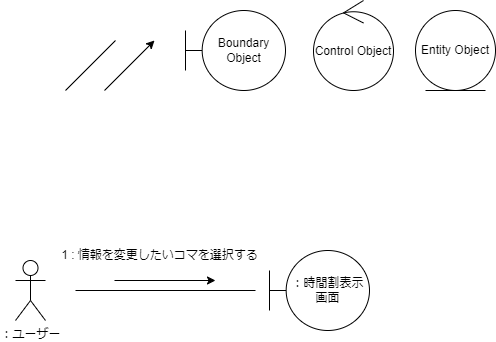
masaki1234567/psp4 keeps this draw.io diagram as 構造図/コミュニケーション図/コミュニケーション図＿時間割.drawio.png. Above is the earlier version. Source tidied: cells renumbered, new cells last; positions are measured from the earlier drawing's top-left corner, leaving out a move shared by most shapes.
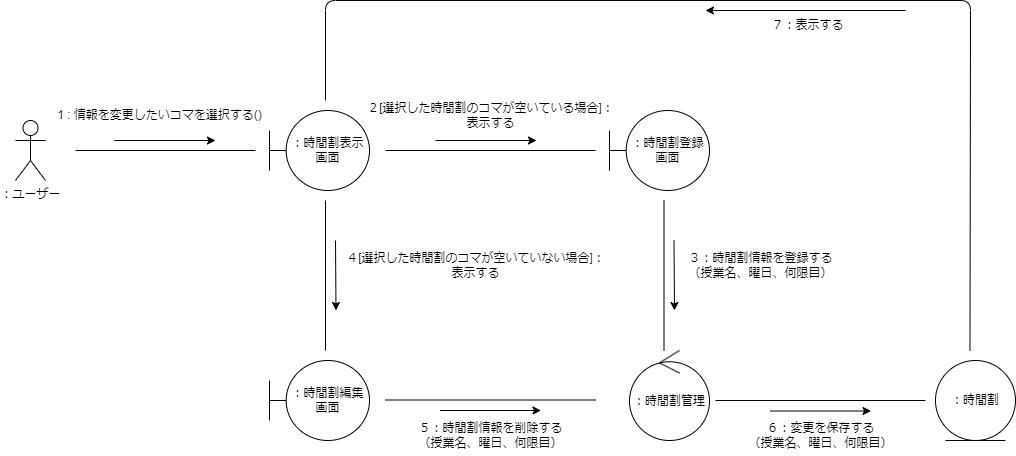
The same file after the commit.

The edit, as a diff of the source:
```diff
@@ -5,30 +5,9 @@
     <mxCell id="2" value="：ユーザー" style="shape=umlActor;verticalLabelPosition=bottom;verticalAlign=top;html=1;" parent="1" vertex="1">
       <mxGeometry y="260" width="30" height="60" as="geometry" />
     </mxCell>
-    <mxCell id="3" value="Boundary Object" style="shape=umlBoundary;whiteSpace=wrap;html=1;" parent="1" vertex="1">
-      <mxGeometry x="170" y="10" width="100" height="80" as="geometry" />
-    </mxCell>
-    <mxCell id="4" value="Control Object" style="ellipse;shape=umlControl;whiteSpace=wrap;html=1;" parent="1" vertex="1">
-      <mxGeometry x="298" width="80" height="90" as="geometry" />
-    </mxCell>
-    <mxCell id="5" value="Entity Object" style="ellipse;shape=umlEntity;whiteSpace=wrap;html=1;" parent="1" vertex="1">
-      <mxGeometry x="400" y="10" width="80" height="80" as="geometry" />
-    </mxCell>
-    <mxCell id="6" style="endArrow=classic;html=1;" parent="1" edge="1">
-      <mxGeometry relative="1" as="geometry">
-        <mxPoint x="89" y="90" as="sourcePoint" />
-        <mxPoint x="139" y="40" as="targetPoint" />
-      </mxGeometry>
-    </mxCell>
     <mxCell id="7" value="：時間割表示画面" style="shape=umlBoundary;whiteSpace=wrap;html=1;" parent="1" vertex="1">
       <mxGeometry x="254" y="250" width="100" height="80" as="geometry" />
     </mxCell>
-    <mxCell id="8" style="endArrow=none;html=1;endFill=0;" parent="1" edge="1">
-      <mxGeometry relative="1" as="geometry">
-        <mxPoint x="50" y="90" as="sourcePoint" />
-        <mxPoint x="100" y="40" as="targetPoint" />
-      </mxGeometry>
-    </mxCell>
     <mxCell id="9" style="endArrow=none;html=1;endFill=0;" parent="1" edge="1">
       <mxGeometry relative="1" as="geometry">
         <mxPoint x="60" y="290" as="sourcePoint" />
@@ -41,8 +20,114 @@
         <mxPoint x="200" y="280" as="targetPoint" />
       </mxGeometry>
     </mxCell>
-    <mxCell id="11" value="1 : 情報を変更したいコマを選択する" style="text;html=1;align=center;verticalAlign=middle;strokeColor=none;fillColor=none;" parent="1" vertex="1">
-      <mxGeometry x="34" y="240" width="220" height="30" as="geometry" />
+    <mxCell id="11" value="1 : 情報を変更したいコマを選択する()" style="text;html=1;align=center;verticalAlign=middle;strokeColor=none;fillColor=none;" parent="1" vertex="1">
+      <mxGeometry x="29" y="240" width="230" height="30" as="geometry" />
     </mxCell>
+    <mxCell id="12" value="：時間割登録画面" style="shape=umlBoundary;whiteSpace=wrap;html=1;" parent="1" vertex="1">
+      <mxGeometry x="594" y="250" width="100" height="80" as="geometry" />
+    </mxCell>
+    <mxCell id="13" value="：時間割編集画面" style="shape=umlBoundary;whiteSpace=wrap;html=1;" parent="1" vertex="1">
+      <mxGeometry x="254" y="500" width="100" height="80" as="geometry" />
+    </mxCell>
+    <mxCell id="14" value="：時間割" style="ellipse;shape=umlEntity;whiteSpace=wrap;html=1;" parent="1" vertex="1">
+      <mxGeometry x="920" y="500" width="80" height="80" as="geometry" />
+    </mxCell>
+    <mxCell id="15" value="：時間割管理" style="ellipse;shape=umlControl;whiteSpace=wrap;html=1;" parent="1" vertex="1">
+      <mxGeometry x="614" y="490" width="80" height="90" as="geometry" />
+    </mxCell>
+    <mxCell id="16" style="endArrow=none;html=1;endFill=0;" parent="1" edge="1">
+      <mxGeometry relative="1" as="geometry">
+        <mxPoint x="370" y="290" as="sourcePoint" />
+        <mxPoint x="580" y="290" as="targetPoint" />
+      </mxGeometry>
+    </mxCell>
+    <mxCell id="17" style="endArrow=classic;html=1;" parent="1" edge="1">
+      <mxGeometry relative="1" as="geometry">
+        <mxPoint x="420" y="280" as="sourcePoint" />
+        <mxPoint x="521" y="280" as="targetPoint" />
+      </mxGeometry>
+    </mxCell>
+    <mxCell id="18" value="２[選択した時間割のコマが空いている場合]：&lt;br&gt;表示する" style="text;html=1;align=center;verticalAlign=middle;strokeColor=none;fillColor=none;" parent="1" vertex="1">
+      <mxGeometry x="340" y="235" width="270" height="40" as="geometry" />
+    </mxCell>
+    <mxCell id="19" style="endArrow=none;html=1;endFill=0;" parent="1" edge="1">
+      <mxGeometry relative="1" as="geometry">
+        <mxPoint x="310" y="340" as="sourcePoint" />
+        <mxPoint x="310" y="490" as="targetPoint" />
+      </mxGeometry>
+    </mxCell>
+    <mxCell id="20" style="endArrow=classic;html=1;" parent="1" edge="1">
+      <mxGeometry relative="1" as="geometry">
+        <mxPoint x="320" y="380" as="sourcePoint" />
+        <mxPoint x="320.5" y="450" as="targetPoint" />
+      </mxGeometry>
+    </mxCell>
+    <mxCell id="21" value="４[選択した時間割のコマが空いていない場合]：&lt;br&gt;表示する" style="text;html=1;align=center;verticalAlign=middle;strokeColor=none;fillColor=none;" parent="1" vertex="1">
+      <mxGeometry x="320" y="385" width="280" height="40" as="geometry" />
+    </mxCell>
+    <mxCell id="22" style="endArrow=none;html=1;endFill=0;" parent="1" edge="1">
+      <mxGeometry relative="1" as="geometry">
+        <mxPoint x="648.5" y="340" as="sourcePoint" />
+        <mxPoint x="648.5" y="490" as="targetPoint" />
+      </mxGeometry>
+    </mxCell>
+    <mxCell id="23" style="endArrow=classic;html=1;" parent="1" edge="1">
+      <mxGeometry relative="1" as="geometry">
+        <mxPoint x="658.5" y="380" as="sourcePoint" />
+        <mxPoint x="659" y="450" as="targetPoint" />
+      </mxGeometry>
+    </mxCell>
+    <mxCell id="24" style="endArrow=none;html=1;endFill=0;" parent="1" edge="1">
+      <mxGeometry relative="1" as="geometry">
+        <mxPoint x="370" y="539.5" as="sourcePoint" />
+        <mxPoint x="580" y="539.5" as="targetPoint" />
+      </mxGeometry>
+    </mxCell>
+    <mxCell id="25" style="endArrow=classic;html=1;" parent="1" edge="1">
+      <mxGeometry relative="1" as="geometry">
+        <mxPoint x="424.5" y="550" as="sourcePoint" />
+        <mxPoint x="525.5" y="550" as="targetPoint" />
+      </mxGeometry>
+    </mxCell>
+    <mxCell id="26" value="３：時間割情報を登録する&lt;br&gt;（授業名、曜日、何限目）" style="text;html=1;align=center;verticalAlign=middle;strokeColor=none;fillColor=none;" parent="1" vertex="1">
+      <mxGeometry x="660" y="385" width="170" height="40" as="geometry" />
+    </mxCell>
+    <mxCell id="27" style="endArrow=none;html=1;endFill=0;" parent="1" edge="1">
+      <mxGeometry relative="1" as="geometry">
+        <mxPoint x="700" y="540" as="sourcePoint" />
+        <mxPoint x="910" y="540" as="targetPoint" />
+      </mxGeometry>
+    </mxCell>
+    <mxCell id="28" style="endArrow=classic;html=1;" parent="1" edge="1">
+      <mxGeometry relative="1" as="geometry">
+        <mxPoint x="754.5" y="550.5" as="sourcePoint" />
+        <mxPoint x="855.5" y="550.5" as="targetPoint" />
+      </mxGeometry>
+    </mxCell>
+    <mxCell id="29" value="５：時間割情報を削除する&lt;br&gt;（授業名、曜日、何限目）" style="text;html=1;align=center;verticalAlign=middle;strokeColor=none;fillColor=none;" parent="1" vertex="1">
+      <mxGeometry x="390" y="555" width="170" height="40" as="geometry" />
+    </mxCell>
+    <mxCell id="30" value="６：変更を保存する&lt;br&gt;（授業名、曜日、何限目）" style="text;html=1;align=center;verticalAlign=middle;strokeColor=none;fillColor=none;" parent="1" vertex="1">
+      <mxGeometry x="720" y="555" width="170" height="40" as="geometry" />
+    </mxCell>
+    <mxCell id="31" style="endArrow=none;html=1;endFill=0;" parent="1" edge="1">
+      <mxGeometry relative="1" as="geometry">
+        <mxPoint x="310" y="240" as="sourcePoint" />
+        <mxPoint x="954.5" y="490" as="targetPoint" />
+        <Array as="points">
+          <mxPoint x="310" y="140" />
+          <mxPoint x="955" y="140" />
+        </Array>
+      </mxGeometry>
+    </mxCell>
+    <mxCell id="32" style="endArrow=classic;html=1;" parent="1" edge="1">
+      <mxGeometry relative="1" as="geometry">
+        <mxPoint x="890" y="150" as="sourcePoint" />
+        <mxPoint x="690" y="150" as="targetPoint" />
+      </mxGeometry>
+    </mxCell>
+    <mxCell id="33" value="７：表示する" style="text;html=1;align=center;verticalAlign=middle;strokeColor=none;fillColor=none;" parent="1" vertex="1">
+      <mxGeometry x="742" y="150" width="100" height="30" as="geometry" />
+    </mxCell>
   </root>
 </mxGraphModel>
```
